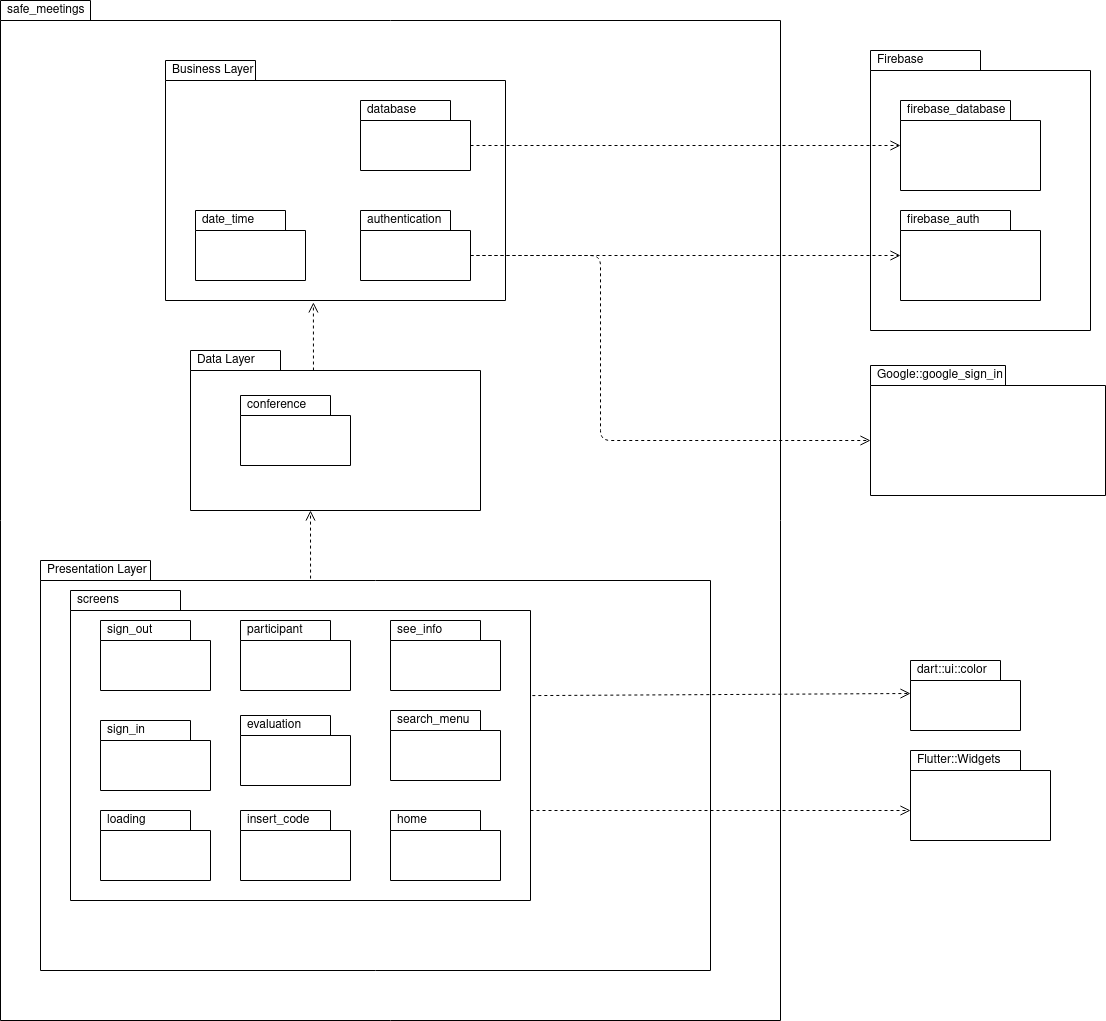
This is images/logical_architecture.png from FEUP-ESOF-2020-21/open-cx-t2g2-teamnamenotfound, a draw.io export, as it was before one commit. Source tidied: cells renumbered, new cells last; positions are measured from the earlier drawing's top-left corner, leaving out a move shared by most shapes.
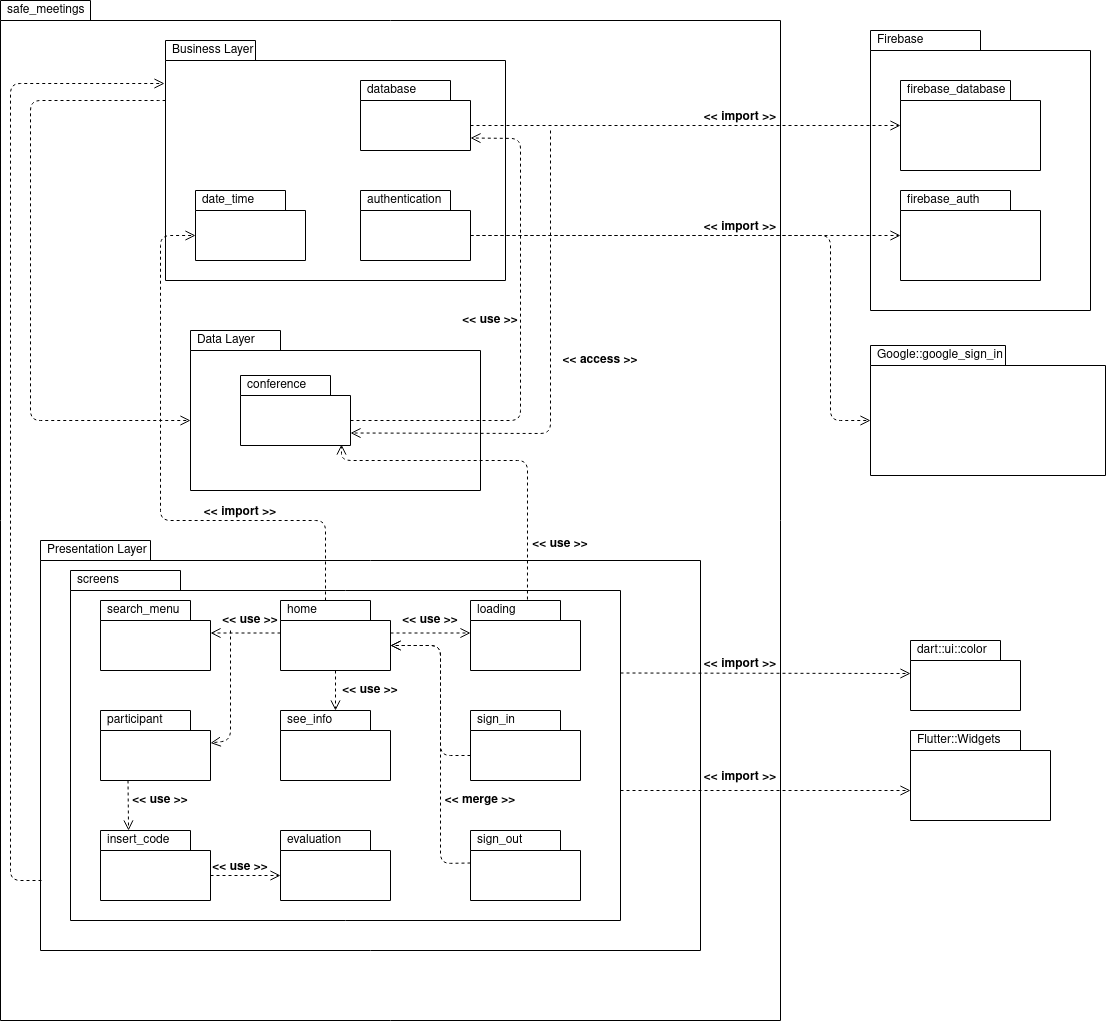
After the change.

Commit message:
updated logical architecture UML

What changed in the source:
```diff
@@ -3,16 +3,16 @@
     <mxCell id="0" />
     <mxCell id="1" parent="0" />
     <mxCell id="2" value="safe_meetings" style="shape=folder;xSize=90;align=left;spacingLeft=10;align=left;verticalAlign=top;spacingLeft=5;spacingTop=-4;tabWidth=90;tabHeight=20;tabPosition=left;html=1;strokeWidth=1;" parent="1" vertex="1">
-      <mxGeometry width="780" height="1020" as="geometry" />
+      <mxGeometry y="20" width="780" height="1020" as="geometry" />
     </mxCell>
     <mxCell id="3" value="&lt;div&gt;Firebase&lt;/div&gt;" style="shape=folder;xSize=90;align=left;spacingLeft=10;align=left;verticalAlign=top;spacingLeft=5;spacingTop=-4;tabWidth=110;tabHeight=20;tabPosition=left;html=1;strokeWidth=1;" parent="1" vertex="1">
       <mxGeometry x="870" y="50" width="220" height="280" as="geometry" />
     </mxCell>
     <mxCell id="4" value="&lt;div&gt;Presentation Layer&lt;br&gt;&lt;/div&gt;&lt;div&gt;&lt;br&gt;&lt;/div&gt;" style="shape=folder;xSize=90;align=left;spacingLeft=10;align=left;verticalAlign=top;spacingLeft=5;spacingTop=-4;tabWidth=110;tabHeight=20;tabPosition=left;html=1;strokeWidth=1;" parent="1" vertex="1">
-      <mxGeometry x="40" y="560" width="670" height="410" as="geometry" />
+      <mxGeometry x="40" y="560" width="660" height="410" as="geometry" />
     </mxCell>
     <mxCell id="5" value="screens" style="shape=folder;xSize=90;align=left;spacingLeft=10;align=left;verticalAlign=top;spacingLeft=5;spacingTop=-4;tabWidth=110;tabHeight=20;tabPosition=left;html=1;strokeWidth=1;" parent="1" vertex="1">
-      <mxGeometry x="70" y="590" width="460" height="310" as="geometry" />
+      <mxGeometry x="70" y="590" width="550" height="350" as="geometry" />
     </mxCell>
     <mxCell id="6" value="&lt;div&gt;Business Layer&lt;br&gt;&lt;/div&gt;" style="shape=folder;xSize=90;align=left;spacingLeft=10;align=left;verticalAlign=top;spacingLeft=5;spacingTop=-4;tabWidth=90;tabHeight=20;tabPosition=left;html=1;strokeWidth=1;" parent="1" vertex="1">
       <mxGeometry x="165" y="60" width="340" height="240" as="geometry" />
@@ -21,31 +21,31 @@
       <mxGeometry x="190" y="350" width="290" height="160" as="geometry" />
     </mxCell>
     <mxCell id="8" value="&lt;div&gt;sign_out&lt;/div&gt;" style="shape=folder;xSize=90;align=left;spacingLeft=10;align=left;verticalAlign=top;spacingLeft=5;spacingTop=-4;tabWidth=90;tabHeight=20;tabPosition=left;html=1;strokeWidth=1;" parent="1" vertex="1">
-      <mxGeometry x="100" y="620" width="110" height="70" as="geometry" />
+      <mxGeometry x="470" y="850" width="110" height="70" as="geometry" />
     </mxCell>
     <mxCell id="9" value="&lt;div&gt;participant&lt;/div&gt;" style="shape=folder;xSize=90;align=left;spacingLeft=10;align=left;verticalAlign=top;spacingLeft=5;spacingTop=-4;tabWidth=90;tabHeight=20;tabPosition=left;html=1;strokeWidth=1;" parent="1" vertex="1">
-      <mxGeometry x="240" y="620" width="110" height="70" as="geometry" />
+      <mxGeometry x="100" y="730" width="110" height="70" as="geometry" />
     </mxCell>
     <mxCell id="10" value="see_info" style="shape=folder;xSize=90;align=left;spacingLeft=10;align=left;verticalAlign=top;spacingLeft=5;spacingTop=-4;tabWidth=90;tabHeight=20;tabPosition=left;html=1;strokeWidth=1;" parent="1" vertex="1">
-      <mxGeometry x="390" y="620" width="110" height="70" as="geometry" />
+      <mxGeometry x="280" y="730" width="110" height="70" as="geometry" />
     </mxCell>
     <mxCell id="11" value="&lt;div&gt;insert_code&lt;/div&gt;" style="shape=folder;xSize=90;align=left;spacingLeft=10;align=left;verticalAlign=top;spacingLeft=5;spacingTop=-4;tabWidth=90;tabHeight=20;tabPosition=left;html=1;strokeWidth=1;" parent="1" vertex="1">
-      <mxGeometry x="240" y="810" width="110" height="70" as="geometry" />
+      <mxGeometry x="100" y="850" width="110" height="70" as="geometry" />
     </mxCell>
     <mxCell id="12" value="evaluation" style="shape=folder;xSize=90;align=left;spacingLeft=10;align=left;verticalAlign=top;spacingLeft=5;spacingTop=-4;tabWidth=90;tabHeight=20;tabPosition=left;html=1;strokeWidth=1;" parent="1" vertex="1">
-      <mxGeometry x="240" y="715" width="110" height="70" as="geometry" />
+      <mxGeometry x="280" y="850" width="110" height="70" as="geometry" />
     </mxCell>
     <mxCell id="13" value="&lt;div&gt;search_menu&lt;/div&gt;" style="shape=folder;xSize=90;align=left;spacingLeft=10;align=left;verticalAlign=top;spacingLeft=5;spacingTop=-4;tabWidth=90;tabHeight=20;tabPosition=left;html=1;strokeWidth=1;" parent="1" vertex="1">
-      <mxGeometry x="390" y="710" width="110" height="70" as="geometry" />
+      <mxGeometry x="100" y="620" width="110" height="70" as="geometry" />
     </mxCell>
     <mxCell id="14" value="sign_in" style="shape=folder;xSize=90;align=left;spacingLeft=10;align=left;verticalAlign=top;spacingLeft=5;spacingTop=-4;tabWidth=90;tabHeight=20;tabPosition=left;html=1;strokeWidth=1;" parent="1" vertex="1">
-      <mxGeometry x="100" y="720" width="110" height="70" as="geometry" />
+      <mxGeometry x="470" y="730" width="110" height="70" as="geometry" />
     </mxCell>
     <mxCell id="15" value="&lt;div&gt;loading&lt;/div&gt;&lt;div&gt;&lt;br&gt;&lt;/div&gt;" style="shape=folder;xSize=90;align=left;spacingLeft=10;align=left;verticalAlign=top;spacingLeft=5;spacingTop=-4;tabWidth=90;tabHeight=20;tabPosition=left;html=1;strokeWidth=1;" parent="1" vertex="1">
-      <mxGeometry x="100" y="810" width="110" height="70" as="geometry" />
+      <mxGeometry x="470" y="620" width="110" height="70" as="geometry" />
     </mxCell>
     <mxCell id="16" value="home" style="shape=folder;xSize=90;align=left;spacingLeft=10;align=left;verticalAlign=top;spacingLeft=5;spacingTop=-4;tabWidth=90;tabHeight=20;tabPosition=left;html=1;strokeWidth=1;" parent="1" vertex="1">
-      <mxGeometry x="390" y="810" width="110" height="70" as="geometry" />
+      <mxGeometry x="280" y="620" width="110" height="70" as="geometry" />
     </mxCell>
     <mxCell id="17" value="&lt;div&gt;conference&lt;/div&gt;" style="shape=folder;xSize=90;align=left;spacingLeft=10;align=left;verticalAlign=top;spacingLeft=5;spacingTop=-4;tabWidth=90;tabHeight=20;tabPosition=left;html=1;strokeWidth=1;" parent="1" vertex="1">
       <mxGeometry x="240" y="395" width="110" height="70" as="geometry" />
@@ -90,15 +90,15 @@
     <mxCell id="28" style="html=1;verticalAlign=bottom;endArrow=open;dashed=1;endSize=8;exitX=0;exitY=0;exitDx=110;exitDy=45;exitPerimeter=0;entryX=0;entryY=0;entryDx=0;entryDy=75;entryPerimeter=0;" parent="1" edge="1" source="18" target="24">
       <mxGeometry x="-1" y="-252" relative="1" as="geometry">
         <Array as="points">
-          <mxPoint x="600" y="255" />
-          <mxPoint x="600" y="440" />
+          <mxPoint x="830" y="255" />
+          <mxPoint x="830" y="440" />
         </Array>
         <mxPoint x="210" y="112" as="offset" />
       </mxGeometry>
     </mxCell>
-    <mxCell id="29" style="html=1;verticalAlign=bottom;endArrow=open;dashed=1;endSize=8;exitX=0;exitY=0;exitDx=110;exitDy=45;exitPerimeter=0;" parent="1" edge="1">
+    <mxCell id="29" style="html=1;verticalAlign=bottom;endArrow=open;dashed=1;endSize=8;" parent="1" edge="1">
       <mxGeometry x="-1" y="-252" relative="1" as="geometry">
-        <mxPoint x="530" y="810" as="sourcePoint" />
+        <mxPoint x="620" y="810" as="sourcePoint" />
         <mxPoint x="910" y="810" as="targetPoint" />
         <Array as="points">
           <mxPoint x="665" y="810" />
@@ -106,19 +106,144 @@
         <mxPoint x="210" y="112" as="offset" />
       </mxGeometry>
     </mxCell>
-    <mxCell id="30" style="html=1;verticalAlign=bottom;endArrow=open;dashed=1;endSize=8;exitX=0.424;exitY=0.125;exitDx=0;exitDy=0;exitPerimeter=0;entryX=0.435;entryY=1.008;entryDx=0;entryDy=0;entryPerimeter=0;" parent="1" edge="1" source="7" target="6">
-      <mxGeometry x="0.71" y="-14" relative="1" as="geometry" />
+    <mxCell id="30" style="html=1;verticalAlign=bottom;endArrow=open;dashed=1;endSize=8;exitX=0;exitY=0.25;exitDx=0;exitDy=0;exitPerimeter=0;entryX=0;entryY=0;entryDx=0;entryDy=90;entryPerimeter=0;" parent="1" edge="1" source="6" target="7">
+      <mxGeometry x="0.71" y="-14" relative="1" as="geometry">
+        <Array as="points">
+          <mxPoint x="160" y="120" />
+          <mxPoint x="30" y="120" />
+          <mxPoint x="30" y="440" />
+        </Array>
+      </mxGeometry>
     </mxCell>
-    <mxCell id="31" style="html=1;verticalAlign=bottom;endArrow=open;dashed=1;endSize=8;exitX=0.424;exitY=0.125;exitDx=0;exitDy=0;exitPerimeter=0;entryX=0.435;entryY=1.008;entryDx=0;entryDy=0;entryPerimeter=0;" parent="1" edge="1">
-      <mxGeometry x="0.71" y="-14" relative="1" as="geometry">
-        <mxPoint x="310.1" y="578.1" as="sourcePoint" />
-        <mxPoint x="310" y="510" as="targetPoint" />
-      </mxGeometry>
-    </mxCell>
-    <mxCell id="32" style="html=1;verticalAlign=bottom;endArrow=open;dashed=1;endSize=8;exitX=1.004;exitY=0.339;exitDx=0;exitDy=0;exitPerimeter=0;" parent="1" edge="1" source="5">
+    <mxCell id="32" style="html=1;verticalAlign=bottom;endArrow=open;dashed=1;endSize=8;exitX=0;exitY=0;exitDx=550;exitDy=102.5;exitPerimeter=0;" parent="1" edge="1" source="5">
       <mxGeometry x="0.71" y="-14" relative="1" as="geometry">
         <mxPoint x="910" y="693" as="targetPoint" />
       </mxGeometry>
     </mxCell>
+    <mxCell id="33" style="html=1;verticalAlign=bottom;endArrow=open;dashed=1;endSize=8;" parent="1" edge="1">
+      <mxGeometry x="0.03" y="-50" relative="1" as="geometry">
+        <mxPoint x="41" y="900" as="sourcePoint" />
+        <mxPoint x="164" y="103" as="targetPoint" />
+        <Array as="points">
+          <mxPoint x="10" y="900" />
+          <mxPoint x="10" y="103" />
+        </Array>
+      </mxGeometry>
+    </mxCell>
+    <mxCell id="34" value="&lt;&lt; import &gt;&gt;" style="text;align=center;fontStyle=1;verticalAlign=middle;spacingLeft=3;spacingRight=3;strokeColor=none;" parent="1" vertex="1">
+      <mxGeometry x="710" y="127" width="60" height="16" as="geometry" />
+    </mxCell>
+    <mxCell id="35" value="&lt;&lt; import &gt;&gt;" style="text;align=center;fontStyle=1;verticalAlign=middle;spacingLeft=3;spacingRight=3;strokeColor=none;" parent="1" vertex="1">
+      <mxGeometry x="710" y="237" width="60" height="16" as="geometry" />
+    </mxCell>
+    <mxCell id="36" value="&lt;&lt; access &gt;&gt;" style="text;align=center;fontStyle=1;verticalAlign=middle;spacingLeft=3;spacingRight=3;strokeColor=none;" parent="1" vertex="1">
+      <mxGeometry x="570" y="370" width="60" height="16" as="geometry" />
+    </mxCell>
+    <mxCell id="37" style="html=1;verticalAlign=bottom;endArrow=open;dashed=1;endSize=8;entryX=0;entryY=0;entryDx=110;entryDy=57.5;entryPerimeter=0;" parent="1" edge="1" target="17">
+      <mxGeometry y="50" relative="1" as="geometry">
+        <mxPoint x="550" y="150" as="sourcePoint" />
+        <Array as="points">
+          <mxPoint x="550" y="453" />
+        </Array>
+      </mxGeometry>
+    </mxCell>
+    <mxCell id="38" style="html=1;verticalAlign=bottom;endArrow=open;dashed=1;endSize=8;exitX=0;exitY=0;exitDx=110;exitDy=45;exitPerimeter=0;entryX=0;entryY=0;entryDx=110;entryDy=57.5;entryPerimeter=0;" parent="1" edge="1" source="17" target="21">
+      <mxGeometry y="50" relative="1" as="geometry">
+        <Array as="points">
+          <mxPoint x="520" y="440" />
+          <mxPoint x="520" y="158" />
+        </Array>
+      </mxGeometry>
+    </mxCell>
+    <mxCell id="39" value="&lt;&lt; use &gt;&gt;" style="text;align=center;fontStyle=1;verticalAlign=middle;spacingLeft=3;spacingRight=3;strokeColor=none;" parent="1" vertex="1">
+      <mxGeometry x="460" y="330" width="60" height="16" as="geometry" />
+    </mxCell>
+    <mxCell id="40" style="html=1;verticalAlign=bottom;endArrow=open;dashed=1;endSize=8;exitX=0.518;exitY=-0.014;exitDx=0;exitDy=0;exitPerimeter=0;entryX=0.918;entryY=0.986;entryDx=0;entryDy=0;entryPerimeter=0;" parent="1" edge="1" source="15" target="17">
+      <mxGeometry x="0.71" y="-14" relative="1" as="geometry">
+        <Array as="points">
+          <mxPoint x="527" y="480" />
+          <mxPoint x="435" y="480" />
+          <mxPoint x="341" y="480" />
+        </Array>
+      </mxGeometry>
+    </mxCell>
+    <mxCell id="41" value="&lt;&lt; import &gt;&gt;" style="text;align=center;fontStyle=1;verticalAlign=middle;spacingLeft=3;spacingRight=3;strokeColor=none;" parent="1" vertex="1">
+      <mxGeometry x="710" y="674" width="60" height="16" as="geometry" />
+    </mxCell>
+    <mxCell id="42" value="&lt;&lt; import &gt;&gt;" style="text;align=center;fontStyle=1;verticalAlign=middle;spacingLeft=3;spacingRight=3;strokeColor=none;" parent="1" vertex="1">
+      <mxGeometry x="710" y="787" width="60" height="16" as="geometry" />
+    </mxCell>
+    <mxCell id="43" style="html=1;verticalAlign=bottom;endArrow=open;dashed=1;endSize=8;exitX=0;exitY=0;exitDx=45;exitDy=0;exitPerimeter=0;entryX=0;entryY=0;entryDx=0;entryDy=45;entryPerimeter=0;" parent="1" edge="1" source="16" target="20">
+      <mxGeometry x="0.71" y="-14" relative="1" as="geometry">
+        <Array as="points">
+          <mxPoint x="325" y="540" />
+          <mxPoint x="160" y="540" />
+          <mxPoint x="160" y="255" />
+        </Array>
+      </mxGeometry>
+    </mxCell>
+    <mxCell id="44" value="&lt;&lt; import &gt;&gt;" style="text;align=center;fontStyle=1;verticalAlign=middle;spacingLeft=3;spacingRight=3;strokeColor=none;" parent="1" vertex="1">
+      <mxGeometry x="210" y="521" width="60" height="18" as="geometry" />
+    </mxCell>
+    <mxCell id="45" value="&lt;&lt; use &gt;&gt;" style="text;align=center;fontStyle=1;verticalAlign=middle;spacingLeft=3;spacingRight=3;strokeColor=none;" parent="1" vertex="1">
+      <mxGeometry x="530" y="554" width="60" height="16" as="geometry" />
+    </mxCell>
+    <mxCell id="46" style="html=1;verticalAlign=bottom;endArrow=open;dashed=1;endSize=8;exitX=0.5;exitY=1;exitDx=0;exitDy=0;exitPerimeter=0;" parent="1" edge="1" source="16" target="10">
+      <mxGeometry x="0.11" y="35" relative="1" as="geometry" />
+    </mxCell>
+    <mxCell id="47" style="html=1;verticalAlign=bottom;endArrow=open;dashed=1;endSize=8;exitX=0;exitY=0;exitDx=0;exitDy=32.5;exitPerimeter=0;entryX=0;entryY=0;entryDx=110;entryDy=32.5;entryPerimeter=0;" parent="1" edge="1" source="16" target="13">
+      <mxGeometry x="0.11" y="35" relative="1" as="geometry" />
+    </mxCell>
+    <mxCell id="48" style="html=1;verticalAlign=bottom;endArrow=open;dashed=1;endSize=8;entryX=0;entryY=0;entryDx=110;entryDy=32.5;entryPerimeter=0;" parent="1" edge="1" target="9">
+      <mxGeometry x="0.11" y="35" relative="1" as="geometry">
+        <mxPoint x="230" y="650" as="sourcePoint" />
+        <Array as="points">
+          <mxPoint x="230" y="760" />
+        </Array>
+      </mxGeometry>
+    </mxCell>
+    <mxCell id="49" style="html=1;verticalAlign=bottom;endArrow=open;dashed=1;endSize=8;exitX=0;exitY=0;exitDx=110;exitDy=32.5;exitPerimeter=0;entryX=0;entryY=0;entryDx=0;entryDy=32.5;entryPerimeter=0;" parent="1" edge="1" source="16" target="15">
+      <mxGeometry x="0.11" y="35" relative="1" as="geometry" />
+    </mxCell>
+    <mxCell id="50" style="html=1;verticalAlign=bottom;endArrow=open;dashed=1;endSize=8;exitX=0.25;exitY=1;exitDx=0;exitDy=0;exitPerimeter=0;entryX=0.255;entryY=0;entryDx=0;entryDy=0;entryPerimeter=0;" parent="1" edge="1" source="9" target="11">
+      <mxGeometry x="0.11" y="35" relative="1" as="geometry" />
+    </mxCell>
+    <mxCell id="51" style="html=1;verticalAlign=bottom;endArrow=open;dashed=1;endSize=8;exitX=0;exitY=0;exitDx=0;exitDy=45;exitPerimeter=0;entryX=0;entryY=0;entryDx=110;entryDy=45;entryPerimeter=0;" parent="1" edge="1" source="14" target="16">
+      <mxGeometry x="0.11" y="35" relative="1" as="geometry">
+        <Array as="points">
+          <mxPoint x="440" y="775" />
+          <mxPoint x="440" y="665" />
+        </Array>
+      </mxGeometry>
+    </mxCell>
+    <mxCell id="52" style="html=1;verticalAlign=bottom;endArrow=open;dashed=1;endSize=8;exitX=0;exitY=0;exitDx=0;exitDy=32.5;exitPerimeter=0;entryX=0;entryY=0;entryDx=110;entryDy=45;entryPerimeter=0;" parent="1" edge="1" source="8" target="16">
+      <mxGeometry x="0.11" y="35" relative="1" as="geometry">
+        <Array as="points">
+          <mxPoint x="440" y="883" />
+          <mxPoint x="440" y="665" />
+        </Array>
+      </mxGeometry>
+    </mxCell>
+    <mxCell id="53" value="&lt;&lt; merge &gt;&gt;" style="text;align=center;fontStyle=1;verticalAlign=middle;spacingLeft=3;spacingRight=3;strokeColor=none;" parent="1" vertex="1">
+      <mxGeometry x="450" y="810" width="60" height="16" as="geometry" />
+    </mxCell>
+    <mxCell id="54" style="html=1;verticalAlign=bottom;endArrow=open;dashed=1;endSize=8;exitX=0;exitY=0;exitDx=110;exitDy=45;exitPerimeter=0;entryX=0;entryY=0;entryDx=0;entryDy=45;entryPerimeter=0;" parent="1" edge="1" source="11" target="12">
+      <mxGeometry x="0.11" y="35" relative="1" as="geometry" />
+    </mxCell>
+    <mxCell id="55" value="&lt;&lt; use &gt;&gt;" style="text;align=center;fontStyle=1;verticalAlign=middle;spacingLeft=3;spacingRight=3;strokeColor=none;" parent="1" vertex="1">
+      <mxGeometry x="400" y="630" width="60" height="16" as="geometry" />
+    </mxCell>
+    <mxCell id="56" value="&lt;&lt; use &gt;&gt;" style="text;align=center;fontStyle=1;verticalAlign=middle;spacingLeft=3;spacingRight=3;strokeColor=none;" parent="1" vertex="1">
+      <mxGeometry x="220" y="630" width="60" height="16" as="geometry" />
+    </mxCell>
+    <mxCell id="57" value="&lt;&lt; use &gt;&gt;" style="text;align=center;fontStyle=1;verticalAlign=middle;spacingLeft=3;spacingRight=3;strokeColor=none;" parent="1" vertex="1">
+      <mxGeometry x="210" y="877" width="60" height="16" as="geometry" />
+    </mxCell>
+    <mxCell id="58" value="&lt;&lt; use &gt;&gt;" style="text;align=center;fontStyle=1;verticalAlign=middle;spacingLeft=3;spacingRight=3;strokeColor=none;" parent="1" vertex="1">
+      <mxGeometry x="130" y="810" width="60" height="16" as="geometry" />
+    </mxCell>
+    <mxCell id="59" value="&lt;&lt; use &gt;&gt;" style="text;align=center;fontStyle=1;verticalAlign=middle;spacingLeft=3;spacingRight=3;strokeColor=none;" parent="1" vertex="1">
+      <mxGeometry x="340" y="700" width="60" height="16" as="geometry" />
+    </mxCell>
   </root>
 </mxGraphModel>
```
